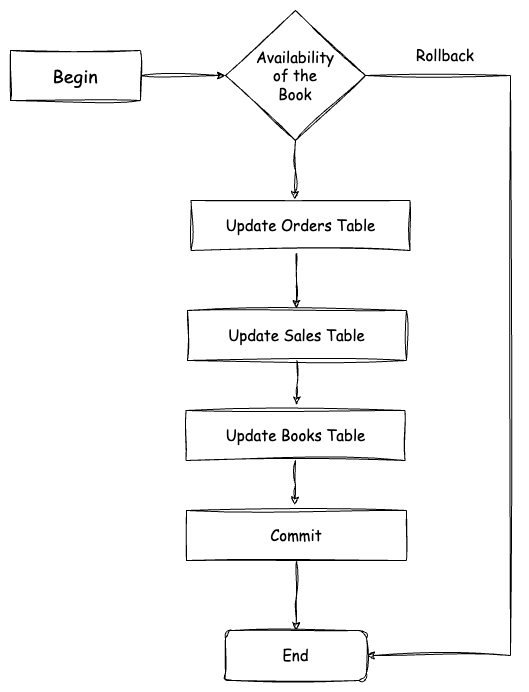
The draw.io diagram mysql-demo/resources/transaction-1.png in Nuvindu/reliance-customer-demos, before a commit. Source tidied: cells renumbered, new cells last; positions are measured from the earlier drawing's top-left corner, leaving out a move shared by most shapes.
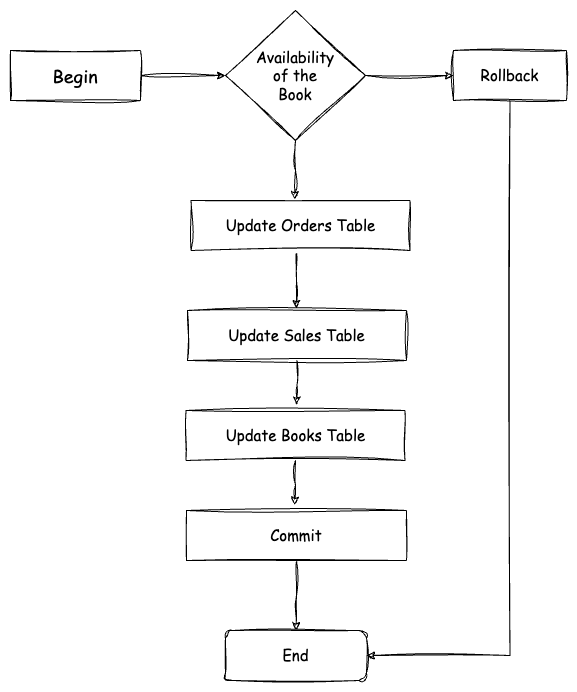
Above is the later version.

The edit, as a diff of the source:
```diff
@@ -2,14 +2,9 @@
   <root>
     <mxCell id="0" />
     <mxCell id="1" parent="0" />
-    <mxCell id="2" style="edgeStyle=orthogonalEdgeStyle;rounded=0;jettySize=auto;html=1;exitX=1;exitY=0.5;exitDx=0;exitDy=0;strokeWidth=1;sketch=1;curveFitting=1;jiggle=2;entryX=1;entryY=0.5;entryDx=0;entryDy=0;" parent="1" edge="1" source="3" target="6">
-      <mxGeometry relative="1" as="geometry">
-        <Array as="points">
-          <mxPoint x="500" y="65" />
-          <mxPoint x="500" y="645" />
-        </Array>
-      </mxGeometry>
-    </mxCell>
+    <mxCell id="17" style="edgeStyle=orthogonalEdgeStyle;rounded=0;jettySize=auto;html=1;exitX=1;exitY=0.5;exitDx=0;exitDy=0;entryX=0;entryY=0.5;entryDx=0;entryDy=0;sketch=1;curveFitting=1;jiggle=2;" parent="1" edge="1" source="3" target="9">
+      <mxGeometry relative="1" as="geometry" />
+    </mxCell>
     <mxCell id="3" value="&lt;font style=&quot;font-size: 15px;&quot; face=&quot;Comic Sans MS&quot;&gt;Availability&lt;br&gt;of the&lt;br&gt;Book&lt;br&gt;&lt;/font&gt;" style="rhombus;whiteSpace=wrap;html=1;strokeWidth=1;sketch=1;curveFitting=1;jiggle=2;rounded=0;" parent="1" vertex="1">
       <mxGeometry x="215" width="140" height="130" as="geometry" />
     </mxCell>
@@ -30,9 +25,6 @@
     <mxCell id="8" value="&lt;font style=&quot;&quot; face=&quot;Comic Sans MS&quot;&gt;&lt;font style=&quot;font-size: 15px;&quot;&gt;Update Orders&amp;nbsp;Table&lt;/font&gt;&lt;br&gt;&lt;/font&gt;" style="rounded=0;whiteSpace=wrap;html=1;sketch=1;curveFitting=1;jiggle=2;strokeWidth=1;" parent="1" vertex="1">
       <mxGeometry x="180.5" y="190" width="219" height="50" as="geometry" />
     </mxCell>
-    <mxCell id="9" value="&lt;font face=&quot;Comic Sans MS&quot; style=&quot;font-size: 15px;&quot;&gt;Rollback&lt;/font&gt;" style="text;html=1;strokeColor=none;fillColor=none;align=center;verticalAlign=middle;whiteSpace=wrap;rounded=0;" parent="1" vertex="1">
-      <mxGeometry x="405" y="30" width="60" height="30" as="geometry" />
-    </mxCell>
     <mxCell id="10" style="edgeStyle=orthogonalEdgeStyle;rounded=0;jettySize=auto;html=1;exitX=0.5;exitY=1;exitDx=0;exitDy=0;entryX=0.5;entryY=0;entryDx=0;entryDy=0;sketch=1;curveFitting=1;jiggle=2;" parent="1" edge="1" source="11" target="6">
       <mxGeometry relative="1" as="geometry" />
     </mxCell>
@@ -54,5 +46,11 @@
     <mxCell id="16" style="edgeStyle=orthogonalEdgeStyle;rounded=0;jettySize=auto;html=1;exitX=0.5;exitY=1;exitDx=0;exitDy=0;entryX=0.492;entryY=-0.11;entryDx=0;entryDy=0;entryPerimeter=0;sketch=1;curveFitting=1;jiggle=2;" parent="1" edge="1" source="13" target="11">
       <mxGeometry relative="1" as="geometry" />
     </mxCell>
+    <mxCell id="18" style="edgeStyle=orthogonalEdgeStyle;rounded=0;jettySize=auto;html=1;exitX=0.5;exitY=1;exitDx=0;exitDy=0;entryX=1;entryY=0.5;entryDx=0;entryDy=0;sketch=1;curveFitting=1;jiggle=2;" parent="1" edge="1" source="9" target="6">
+      <mxGeometry relative="1" as="geometry" />
+    </mxCell>
+    <mxCell id="9" value="&lt;font style=&quot;font-size: 15px;&quot; face=&quot;Comic Sans MS&quot;&gt;Rollback&lt;/font&gt;" style="rounded=0;whiteSpace=wrap;html=1;sketch=1;curveFitting=1;jiggle=2;strokeWidth=1;" parent="1" vertex="1">
+      <mxGeometry x="443" y="40" width="113" height="50" as="geometry" />
+    </mxCell>
   </root>
 </mxGraphModel>
```
